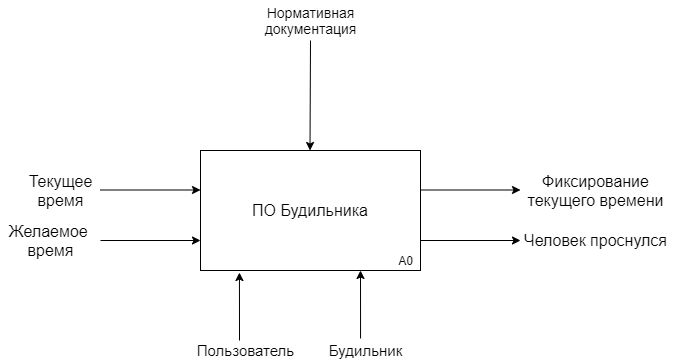
krimberg/Alarm-clock keeps this draw.io diagram as IDEF0.png. Above is the earlier version. Source tidied: cells renumbered, new cells last; positions are measured from the earlier drawing's top-left corner, leaving out a move shared by most shapes.
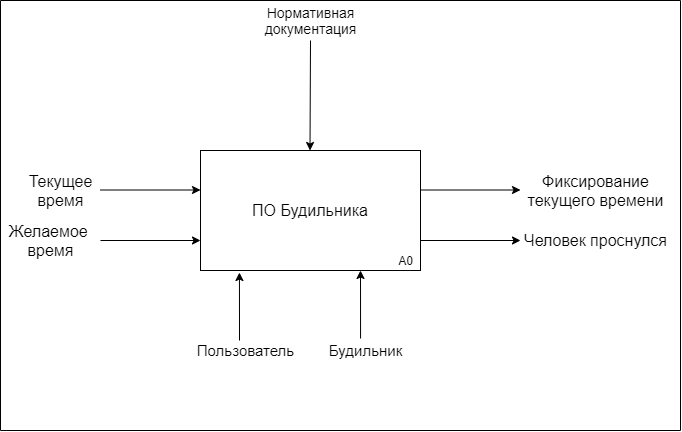
The same diagram one commit later.

What changed in the source:
```diff
@@ -70,5 +70,29 @@
     <mxCell id="17" value="A0" style="text;html=1;align=center;verticalAlign=middle;" parent="1" vertex="1">
       <mxGeometry x="390" y="250" width="30" height="20" as="geometry" />
     </mxCell>
+    <mxCell id="18" style="endArrow=none;html=1;" parent="1" edge="1">
+      <mxGeometry relative="1" as="geometry">
+        <mxPoint y="430" as="sourcePoint" />
+        <mxPoint x="680" y="430" as="targetPoint" />
+      </mxGeometry>
+    </mxCell>
+    <mxCell id="19" style="endArrow=none;html=1;" parent="1" edge="1">
+      <mxGeometry relative="1" as="geometry">
+        <mxPoint as="sourcePoint" />
+        <mxPoint x="680" as="targetPoint" />
+      </mxGeometry>
+    </mxCell>
+    <mxCell id="20" style="endArrow=none;html=1;" parent="1" edge="1">
+      <mxGeometry relative="1" as="geometry">
+        <mxPoint y="430" as="sourcePoint" />
+        <mxPoint as="targetPoint" />
+      </mxGeometry>
+    </mxCell>
+    <mxCell id="21" style="endArrow=none;html=1;" parent="1" edge="1">
+      <mxGeometry relative="1" as="geometry">
+        <mxPoint x="680" y="430" as="sourcePoint" />
+        <mxPoint x="680" as="targetPoint" />
+      </mxGeometry>
+    </mxCell>
   </root>
 </mxGraphModel>
```
